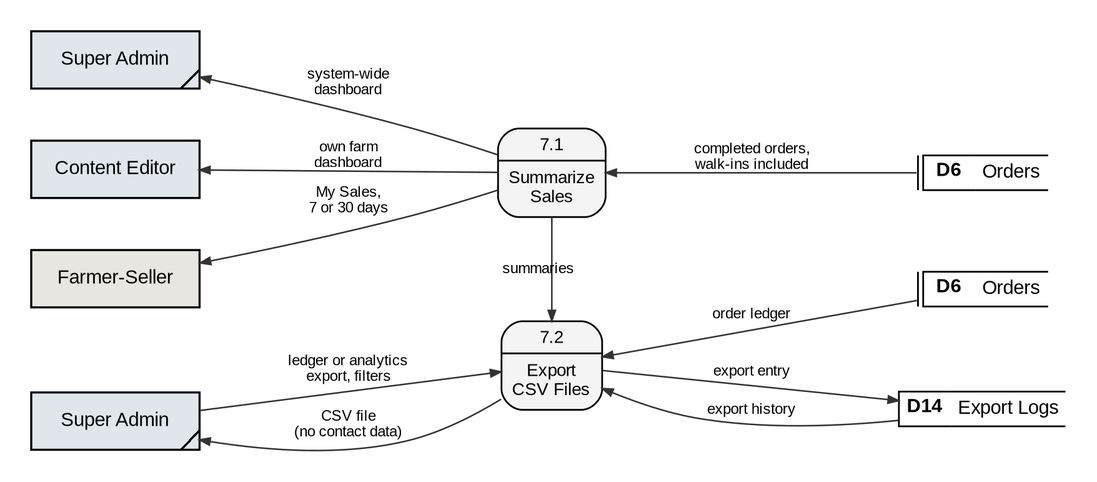
Earlier version of the Graphviz export docs/manuscript/figures/fig6_2_7_dfd_level2.png (shawncastaneda11-commits/anihow-backend). Its source is kept beside it as docs/manuscript/figures/src/fig6_2_7_dfd_level2.dot.
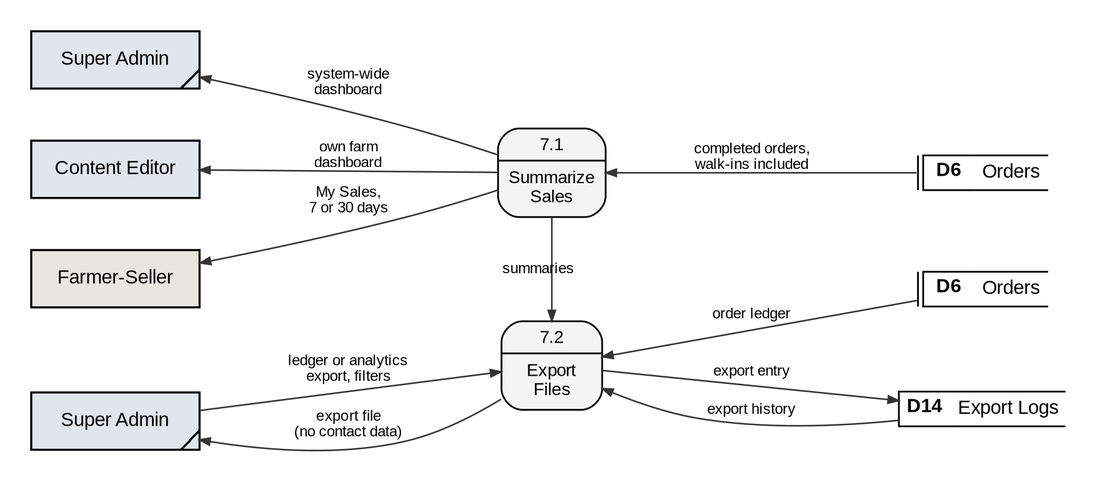
Later version of the same file.

The edit, as a diff of the source:
```diff
@@ -7,7 +7,7 @@
   sa_q7a [shape=box, style=filled, fillcolor="#E1E6ED", penwidth=1.2, width=1.35, height=0.46, label="Super Admin", comment="gsdup"];
   ce_q7a [shape=box, style=filled, fillcolor="#E1E6ED", penwidth=1.2, width=1.35, height=0.46, label="Content Editor"];
   fs_q7a [shape=box, style=filled, fillcolor="#E8E6E0", penwidth=1.2, width=1.35, height=0.46, label="Farmer-Seller"];
-  q7b [shape=plaintext, margin=0, width=0, height=0, label=<<TABLE STYLE="ROUNDED" BORDER="1" CELLBORDER="0" CELLSPACING="0" CELLPADDING="3" BGCOLOR="#F4F4F4"><TR><TD><FONT POINT-SIZE="10.5">7.2</FONT></TD></TR><HR/><TR><TD CELLPADDING="5"><FONT POINT-SIZE="10.5">Export<BR/>CSV Files</FONT></TD></TR></TABLE>>];
+  q7b [shape=plaintext, margin=0, width=0, height=0, label=<<TABLE STYLE="ROUNDED" BORDER="1" CELLBORDER="0" CELLSPACING="0" CELLPADDING="3" BGCOLOR="#F4F4F4"><TR><TD><FONT POINT-SIZE="10.5">7.2</FONT></TD></TR><HR/><TR><TD CELLPADDING="5"><FONT POINT-SIZE="10.5">Export<BR/>Files</FONT></TD></TR></TABLE>>];
   D6_q7b [shape=plaintext, margin=0, width=0, height=0, label=<<TABLE BORDER="0" CELLBORDER="1" CELLSPACING="0" CELLPADDING="3"><TR><TD SIDES="L" WIDTH="3" CELLPADDING="0"></TD><TD SIDES="TBL" WIDTH="30"><B>D6</B></TD><TD SIDES="TB" ALIGN="LEFT">Orders</TD></TR></TABLE>>];
   sa_q7b [shape=box, style=filled, fillcolor="#E1E6ED", penwidth=1.2, width=1.35, height=0.46, label="Super Admin", comment="gsdup"];
   D14_q7b [shape=plaintext, margin=0, width=0, height=0, label=<<TABLE BORDER="0" CELLBORDER="1" CELLSPACING="0" CELLPADDING="3"><TR><TD SIDES="TBL" WIDTH="30"><B>D14</B></TD><TD SIDES="TB" ALIGN="LEFT">Export Logs</TD></TR></TABLE>>];
@@ -18,7 +18,7 @@
   q7a -> q7b [label="summaries", constraint=false];
   sa_q7b -> q7b [label="ledger or analytics\nexport, filters"];
   q7b -> D6_q7b [label="order ledger", dir=back];
-  sa_q7b -> q7b [label="CSV file\n(no contact data)", dir=back];
+  sa_q7b -> q7b [label="export file\n(no contact data)", dir=back];
   q7b -> D14_q7b [label="export entry"];
   q7b -> D14_q7b [label="export history", dir=back];
   {rank=same; sa_q7a; ce_q7a; fs_q7a; sa_q7b}
```
